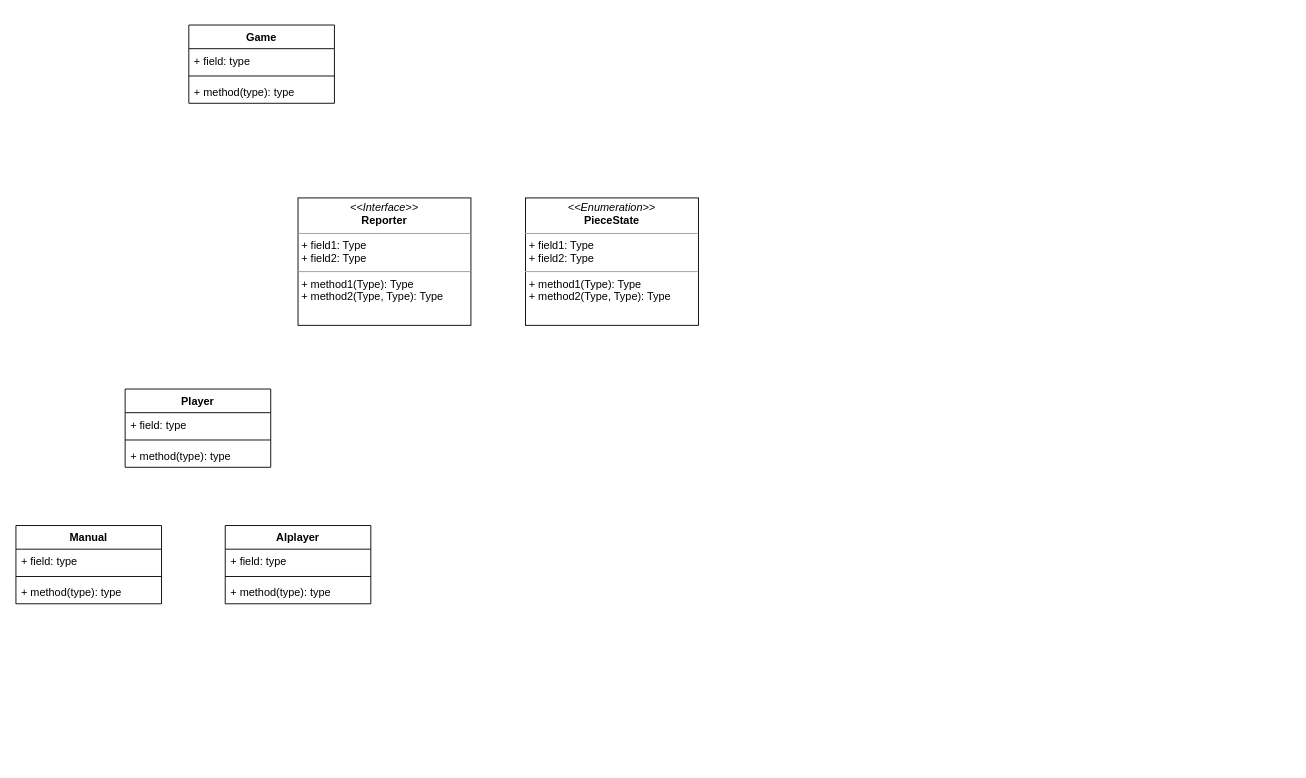
The draw.io diagram CPT204_UML.drawio in 1102131860/CPT204, before the edit. Source tidied: cells renumbered, new cells numbered last; positions are measured from the earlier drawing's top-left corner, leaving out a move shared by most shapes. Both pictures are drawn from the tidied source at 91%, with x=0, y=0 at pixel (15, 25).
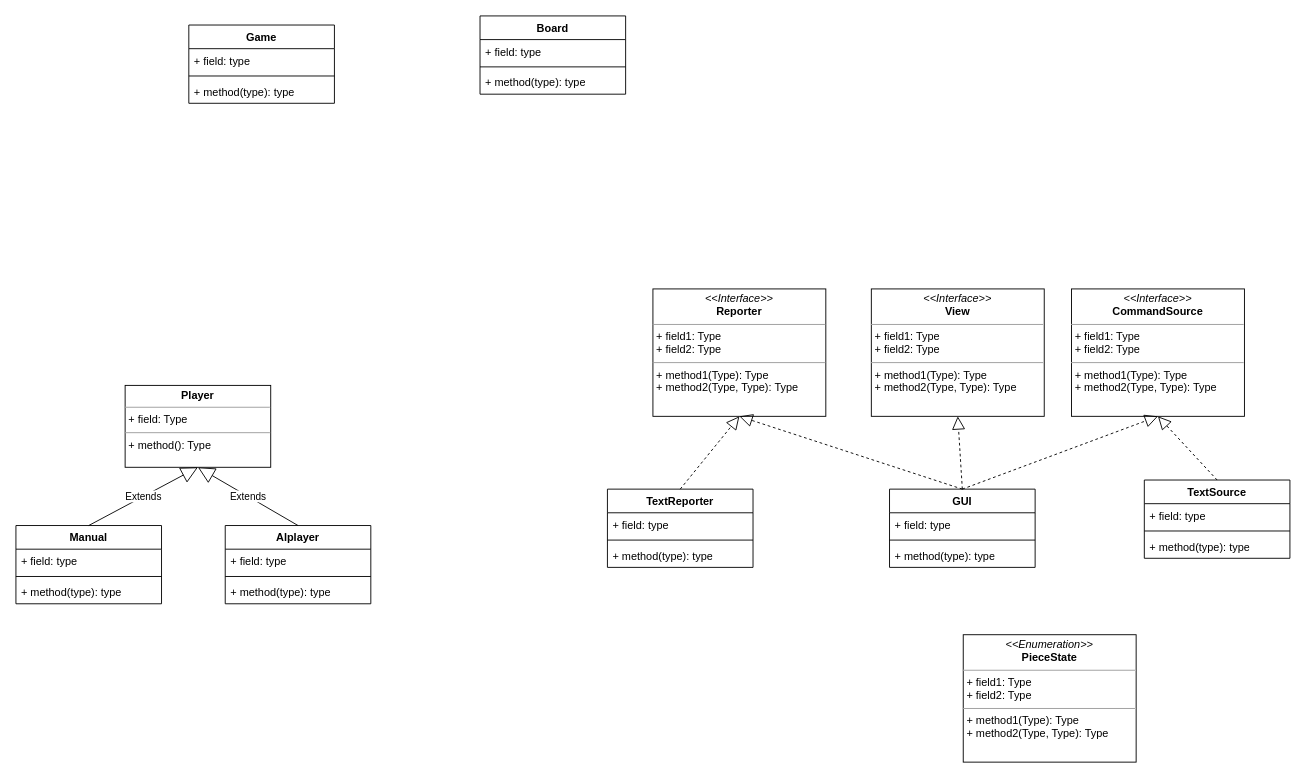
Above is the later version.

The change refers to these unchanged cells:
```xml
<mxCell id="3" value="Manual" style="swimlane;fontStyle=1;align=center;verticalAlign=top;horizontal=1;startSize=26;whiteSpace=wrap;html=1;" parent="1" vertex="1">
  <mxGeometry y="550" width="160" height="86" as="geometry" />
</mxCell>
<mxCell id="8" value="Alplayer" style="swimlane;fontStyle=1;align=center;verticalAlign=top;horizontal=1;startSize=26;whiteSpace=wrap;html=1;" parent="1" vertex="1">
  <mxGeometry x="230" y="550" width="160" height="86" as="geometry" />
</mxCell>
```

The edit, as a diff of the source:
```diff
@@
     <mxCell id="2" value="&lt;p style=&quot;margin:0px;margin-top:4px;text-align:center;&quot;&gt;&lt;i&gt;&amp;lt;&amp;lt;Interface&amp;gt;&amp;gt;&lt;/i&gt;&lt;br&gt;&lt;b&gt;Reporter&lt;/b&gt;&lt;/p&gt;&lt;hr size=&quot;1&quot;&gt;&lt;p style=&quot;margin:0px;margin-left:4px;&quot;&gt;+ field1: Type&lt;br&gt;+ field2: Type&lt;/p&gt;&lt;hr size=&quot;1&quot;&gt;&lt;p style=&quot;margin:0px;margin-left:4px;&quot;&gt;+ method1(Type): Type&lt;br&gt;+ method2(Type, Type): Type&lt;/p&gt;" style="verticalAlign=top;align=left;overflow=fill;fontSize=12;fontFamily=Helvetica;html=1;whiteSpace=wrap;" parent="1" vertex="1">
-      <mxGeometry x="310" y="190" width="190" height="140" as="geometry" />
+      <mxGeometry x="700" y="290" width="190" height="140" as="geometry" />
     </mxCell>
@@
     <mxCell id="7" value="&lt;p style=&quot;margin:0px;margin-top:4px;text-align:center;&quot;&gt;&lt;i&gt;&amp;lt;&amp;lt;Enumeration&amp;gt;&amp;gt;&lt;/i&gt;&lt;br&gt;&lt;b&gt;PieceState&lt;/b&gt;&lt;/p&gt;&lt;hr size=&quot;1&quot;&gt;&lt;p style=&quot;margin:0px;margin-left:4px;&quot;&gt;+ field1: Type&lt;br&gt;+ field2: Type&lt;/p&gt;&lt;hr size=&quot;1&quot;&gt;&lt;p style=&quot;margin:0px;margin-left:4px;&quot;&gt;+ method1(Type): Type&lt;br&gt;+ method2(Type, Type): Type&lt;/p&gt;" style="verticalAlign=top;align=left;overflow=fill;fontSize=12;fontFamily=Helvetica;html=1;whiteSpace=wrap;" parent="1" vertex="1">
-      <mxGeometry x="560" y="190" width="190" height="140" as="geometry" />
+      <mxGeometry x="1041" y="670" width="190" height="140" as="geometry" />
     </mxCell>
@@
-    <mxCell id="12" value="Player" style="swimlane;fontStyle=1;align=center;verticalAlign=top;horizontal=1;startSize=26;whiteSpace=wrap;html=1;" parent="1" vertex="1">
-      <mxGeometry x="120" y="400" width="160" height="86" as="geometry" />
-    </mxCell>
-    <mxCell id="13" value="+ field: type" style="text;strokeColor=none;fillColor=none;align=left;verticalAlign=top;spacingLeft=4;spacingRight=4;overflow=hidden;whiteSpace=wrap;html=1;" parent="12" vertex="1">
-      <mxGeometry y="26" width="160" height="26" as="geometry" />
-    </mxCell>
-    <mxCell id="14" style="line;strokeWidth=1;fillColor=none;align=left;verticalAlign=middle;spacingTop=-1;spacingLeft=3;spacingRight=3;labelPosition=right;strokeColor=inherit;" parent="12" vertex="1">
-      <mxGeometry y="52" width="160" height="8" as="geometry" />
-    </mxCell>
-    <mxCell id="15" value="+ method(type): type" style="text;strokeColor=none;fillColor=none;align=left;verticalAlign=top;spacingLeft=4;spacingRight=4;overflow=hidden;whiteSpace=wrap;html=1;" parent="12" vertex="1">
-      <mxGeometry y="60" width="160" height="26" as="geometry" />
-    </mxCell>
@@
+    <mxCell id="20" value="Board" style="swimlane;fontStyle=1;align=center;verticalAlign=top;horizontal=1;startSize=26;whiteSpace=wrap;html=1;" parent="1" vertex="1">
+      <mxGeometry x="510" y="-10" width="160" height="86" as="geometry" />
+    </mxCell>
+    <mxCell id="21" value="+ field: type" style="text;strokeColor=none;fillColor=none;align=left;verticalAlign=top;spacingLeft=4;spacingRight=4;overflow=hidden;whiteSpace=wrap;html=1;" parent="20" vertex="1">
+      <mxGeometry y="26" width="160" height="26" as="geometry" />
+    </mxCell>
+    <mxCell id="22" style="line;strokeWidth=1;fillColor=none;align=left;verticalAlign=middle;spacingTop=-1;spacingLeft=3;spacingRight=3;labelPosition=right;strokeColor=inherit;" parent="20" vertex="1">
+      <mxGeometry y="52" width="160" height="8" as="geometry" />
+    </mxCell>
+    <mxCell id="23" value="+ method(type): type" style="text;strokeColor=none;fillColor=none;align=left;verticalAlign=top;spacingLeft=4;spacingRight=4;overflow=hidden;whiteSpace=wrap;html=1;" parent="20" vertex="1">
+      <mxGeometry y="60" width="160" height="26" as="geometry" />
+    </mxCell>
+    <mxCell id="24" value="&lt;p style=&quot;margin:0px;margin-top:4px;text-align:center;&quot;&gt;&lt;i&gt;&amp;lt;&amp;lt;Interface&amp;gt;&amp;gt;&lt;/i&gt;&lt;br&gt;&lt;b&gt;View&lt;/b&gt;&lt;/p&gt;&lt;hr size=&quot;1&quot;&gt;&lt;p style=&quot;margin:0px;margin-left:4px;&quot;&gt;+ field1: Type&lt;br&gt;+ field2: Type&lt;/p&gt;&lt;hr size=&quot;1&quot;&gt;&lt;p style=&quot;margin:0px;margin-left:4px;&quot;&gt;+ method1(Type): Type&lt;br&gt;+ method2(Type, Type): Type&lt;/p&gt;" style="verticalAlign=top;align=left;overflow=fill;fontSize=12;fontFamily=Helvetica;html=1;whiteSpace=wrap;" parent="1" vertex="1">
+      <mxGeometry x="940" y="290" width="190" height="140" as="geometry" />
+    </mxCell>
+    <mxCell id="25" value="&lt;p style=&quot;margin:0px;margin-top:4px;text-align:center;&quot;&gt;&lt;i&gt;&amp;lt;&amp;lt;Interface&amp;gt;&amp;gt;&lt;/i&gt;&lt;br&gt;&lt;b&gt;CommandSource&lt;/b&gt;&lt;/p&gt;&lt;hr size=&quot;1&quot;&gt;&lt;p style=&quot;margin:0px;margin-left:4px;&quot;&gt;+ field1: Type&lt;br&gt;+ field2: Type&lt;/p&gt;&lt;hr size=&quot;1&quot;&gt;&lt;p style=&quot;margin:0px;margin-left:4px;&quot;&gt;+ method1(Type): Type&lt;br&gt;+ method2(Type, Type): Type&lt;/p&gt;" style="verticalAlign=top;align=left;overflow=fill;fontSize=12;fontFamily=Helvetica;html=1;whiteSpace=wrap;" parent="1" vertex="1">
+      <mxGeometry x="1160" y="290" width="190" height="140" as="geometry" />
+    </mxCell>
+    <mxCell id="26" value="GUI" style="swimlane;fontStyle=1;align=center;verticalAlign=top;horizontal=1;startSize=26;whiteSpace=wrap;html=1;" parent="1" vertex="1">
+      <mxGeometry x="960" y="510" width="160" height="86" as="geometry" />
+    </mxCell>
+    <mxCell id="27" value="+ field: type" style="text;strokeColor=none;fillColor=none;align=left;verticalAlign=top;spacingLeft=4;spacingRight=4;overflow=hidden;whiteSpace=wrap;html=1;" parent="26" vertex="1">
+      <mxGeometry y="26" width="160" height="26" as="geometry" />
+    </mxCell>
+    <mxCell id="28" style="line;strokeWidth=1;fillColor=none;align=left;verticalAlign=middle;spacingTop=-1;spacingLeft=3;spacingRight=3;labelPosition=right;strokeColor=inherit;" parent="26" vertex="1">
+      <mxGeometry y="52" width="160" height="8" as="geometry" />
+    </mxCell>
+    <mxCell id="29" value="+ method(type): type" style="text;strokeColor=none;fillColor=none;align=left;verticalAlign=top;spacingLeft=4;spacingRight=4;overflow=hidden;whiteSpace=wrap;html=1;" parent="26" vertex="1">
+      <mxGeometry y="60" width="160" height="26" as="geometry" />
+    </mxCell>
+    <mxCell id="30" value="TextSource" style="swimlane;fontStyle=1;align=center;verticalAlign=top;horizontal=1;startSize=26;whiteSpace=wrap;html=1;" parent="1" vertex="1">
+      <mxGeometry x="1240" y="500" width="160" height="86" as="geometry" />
+    </mxCell>
+    <mxCell id="31" value="+ field: type" style="text;strokeColor=none;fillColor=none;align=left;verticalAlign=top;spacingLeft=4;spacingRight=4;overflow=hidden;whiteSpace=wrap;html=1;" parent="30" vertex="1">
+      <mxGeometry y="26" width="160" height="26" as="geometry" />
+    </mxCell>
+    <mxCell id="32" style="line;strokeWidth=1;fillColor=none;align=left;verticalAlign=middle;spacingTop=-1;spacingLeft=3;spacingRight=3;labelPosition=right;strokeColor=inherit;" parent="30" vertex="1">
+      <mxGeometry y="52" width="160" height="8" as="geometry" />
+    </mxCell>
+    <mxCell id="33" value="+ method(type): type" style="text;strokeColor=none;fillColor=none;align=left;verticalAlign=top;spacingLeft=4;spacingRight=4;overflow=hidden;whiteSpace=wrap;html=1;" parent="30" vertex="1">
+      <mxGeometry y="60" width="160" height="26" as="geometry" />
+    </mxCell>
+    <mxCell id="34" value="TextReporter" style="swimlane;fontStyle=1;align=center;verticalAlign=top;horizontal=1;startSize=26;whiteSpace=wrap;html=1;" parent="1" vertex="1">
+      <mxGeometry x="650" y="510" width="160" height="86" as="geometry" />
+    </mxCell>
+    <mxCell id="35" value="+ field: type" style="text;strokeColor=none;fillColor=none;align=left;verticalAlign=top;spacingLeft=4;spacingRight=4;overflow=hidden;whiteSpace=wrap;html=1;" parent="34" vertex="1">
+      <mxGeometry y="26" width="160" height="26" as="geometry" />
+    </mxCell>
+    <mxCell id="36" style="line;strokeWidth=1;fillColor=none;align=left;verticalAlign=middle;spacingTop=-1;spacingLeft=3;spacingRight=3;labelPosition=right;strokeColor=inherit;" parent="34" vertex="1">
+      <mxGeometry y="52" width="160" height="8" as="geometry" />
+    </mxCell>
+    <mxCell id="37" value="+ method(type): type" style="text;strokeColor=none;fillColor=none;align=left;verticalAlign=top;spacingLeft=4;spacingRight=4;overflow=hidden;whiteSpace=wrap;html=1;" parent="34" vertex="1">
+      <mxGeometry y="60" width="160" height="26" as="geometry" />
+    </mxCell>
+    <mxCell id="38" style="endArrow=block;dashed=1;endFill=0;endSize=12;html=1;rounded=0;entryX=0.5;entryY=1;entryDx=0;entryDy=0;exitX=0.5;exitY=0;exitDx=0;exitDy=0;" parent="1" edge="1" source="30" target="25">
+      <mxGeometry relative="1" as="geometry" />
+    </mxCell>
+    <mxCell id="39" style="endArrow=block;dashed=1;endFill=0;endSize=12;html=1;rounded=0;exitX=0.5;exitY=0;exitDx=0;exitDy=0;entryX=0.5;entryY=1;entryDx=0;entryDy=0;" parent="1" edge="1" source="26" target="25">
+      <mxGeometry relative="1" as="geometry" />
+    </mxCell>
+    <mxCell id="40" value="Extends" style="endArrow=block;endSize=16;endFill=0;html=1;rounded=0;exitX=0.5;exitY=0;exitDx=0;exitDy=0;entryX=0.5;entryY=1;entryDx=0;entryDy=0;" parent="1" edge="1" source="8" target="41">
+      <mxGeometry relative="1" as="geometry" />
+    </mxCell>
+    <mxCell id="41" value="&lt;p style=&quot;margin:0px;margin-top:4px;text-align:center;&quot;&gt;&lt;b&gt;Player&lt;/b&gt;&lt;/p&gt;&lt;hr size=&quot;1&quot;&gt;&lt;p style=&quot;margin:0px;margin-left:4px;&quot;&gt;+ field: Type&lt;/p&gt;&lt;hr size=&quot;1&quot;&gt;&lt;p style=&quot;margin:0px;margin-left:4px;&quot;&gt;+ method(): Type&lt;/p&gt;" style="verticalAlign=top;align=left;overflow=fill;fontSize=12;fontFamily=Helvetica;html=1;whiteSpace=wrap;" parent="1" vertex="1">
+      <mxGeometry x="120" y="396" width="160" height="90" as="geometry" />
+    </mxCell>
+    <mxCell id="42" value="Extends" style="endArrow=block;endSize=16;endFill=0;html=1;rounded=0;entryX=0.5;entryY=1;entryDx=0;entryDy=0;exitX=0.5;exitY=0;exitDx=0;exitDy=0;" parent="1" edge="1" source="3" target="41">
+      <mxGeometry relative="1" as="geometry" />
+    </mxCell>
+    <mxCell id="43" style="endArrow=block;dashed=1;endFill=0;endSize=12;html=1;rounded=0;entryX=0.5;entryY=1;entryDx=0;entryDy=0;exitX=0.5;exitY=0;exitDx=0;exitDy=0;" parent="1" edge="1" source="34" target="2">
+      <mxGeometry relative="1" as="geometry" />
+    </mxCell>
+    <mxCell id="44" style="endArrow=block;dashed=1;endFill=0;endSize=12;html=1;rounded=0;exitX=0.5;exitY=0;exitDx=0;exitDy=0;entryX=0.5;entryY=1;entryDx=0;entryDy=0;" parent="1" edge="1" source="26" target="2">
+      <mxGeometry relative="1" as="geometry" />
+    </mxCell>
+    <mxCell id="45" style="endArrow=block;dashed=1;endFill=0;endSize=12;html=1;rounded=0;entryX=0.5;entryY=1;entryDx=0;entryDy=0;exitX=0.5;exitY=0;exitDx=0;exitDy=0;" parent="1" edge="1" source="26" target="24">
+      <mxGeometry relative="1" as="geometry" />
+    </mxCell>
```
